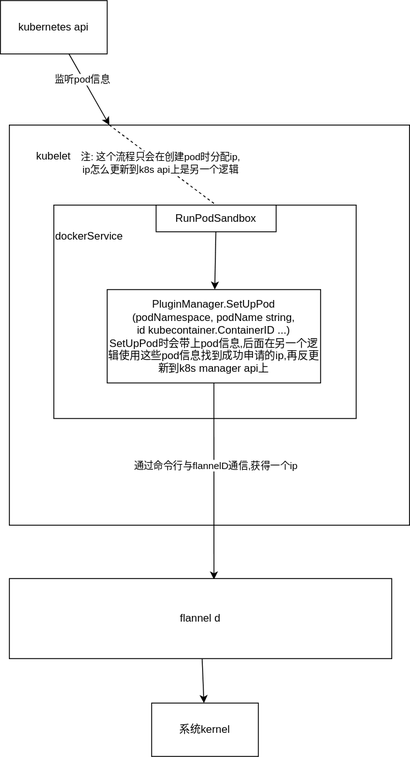
Earlier version of the draw.io export Kubernetes/pod_ip.apply.drawio.svg (FanHa/fanha.github.io). Source tidied: cells renumbered, new cells last; positions are measured from the earlier drawing's top-left corner, leaving out a move shared by most shapes. Its diagram source:
```xml
<mxGraphModel>
  <root>
    <mxCell id="0" />
    <mxCell id="1" parent="0" />
    <mxCell id="2" style="rounded=0;whiteSpace=wrap;html=1;" parent="1" vertex="1">
      <mxGeometry x="10" y="140" width="450" height="450" as="geometry" />
    </mxCell>
    <mxCell id="3" style="edgeStyle=none;html=1;entryX=0.25;entryY=0;entryDx=0;entryDy=0;" parent="1" edge="1" source="5" target="2">
      <mxGeometry relative="1" as="geometry" />
    </mxCell>
    <mxCell id="4" value="监听pod信息" style="edgeLabel;html=1;align=center;verticalAlign=middle;" parent="3" vertex="1">
      <mxGeometry x="-0.3" y="-2" relative="1" as="geometry" />
    </mxCell>
    <mxCell id="5" value="kubernetes api" style="rounded=0;whiteSpace=wrap;html=1;" parent="1" vertex="1">
      <mxGeometry width="120" height="60" as="geometry" />
    </mxCell>
    <mxCell id="6" value="kubelet" style="text;html=1;strokeColor=none;fillColor=none;align=center;verticalAlign=middle;whiteSpace=wrap;rounded=0;" parent="1" vertex="1">
      <mxGeometry x="30" y="160" width="60" height="30" as="geometry" />
    </mxCell>
    <mxCell id="7" style="rounded=0;whiteSpace=wrap;html=1;" parent="1" vertex="1">
      <mxGeometry x="60" y="230" width="340" height="240" as="geometry" />
    </mxCell>
    <mxCell id="8" value="dockerService" style="text;html=1;strokeColor=none;fillColor=none;align=center;verticalAlign=middle;whiteSpace=wrap;rounded=0;" parent="1" vertex="1">
      <mxGeometry x="70" y="250" width="60" height="30" as="geometry" />
    </mxCell>
    <mxCell id="9" style="edgeStyle=none;html=1;" parent="1" edge="1" source="11" target="7">
      <mxGeometry relative="1" as="geometry" />
    </mxCell>
    <mxCell id="10" style="edgeStyle=none;html=1;" parent="1" edge="1" source="11" target="14">
      <mxGeometry relative="1" as="geometry" />
    </mxCell>
    <mxCell id="11" value="RunPodSandbox" style="rounded=0;whiteSpace=wrap;html=1;" parent="1" vertex="1">
      <mxGeometry x="175" y="230" width="135" height="30" as="geometry" />
    </mxCell>
    <mxCell id="12" style="edgeStyle=none;html=1;entryX=0.535;entryY=0.011;entryDx=0;entryDy=0;entryPerimeter=0;" parent="1" edge="1" source="14" target="16">
      <mxGeometry relative="1" as="geometry" />
    </mxCell>
    <mxCell id="13" value="通过命令行与flannelD通信,获得一个ip" style="edgeLabel;html=1;align=center;verticalAlign=middle;" parent="12" vertex="1">
      <mxGeometry x="-0.16" y="1" relative="1" as="geometry" />
    </mxCell>
    <mxCell id="14" value="PluginManager.SetUpPod&lt;br&gt;(podNamespace, podName string,&lt;br&gt;id kubecontainer.ContainerID ...)&lt;br&gt;SetUpPod时会带上pod信息,后面在另一个逻辑使用这些pod信息找到成功申请的ip,再反更新到k8s manager api上" style="whiteSpace=wrap;html=1;rounded=0;" parent="1" vertex="1">
      <mxGeometry x="120" y="325" width="240" height="105" as="geometry" />
    </mxCell>
    <mxCell id="15" style="edgeStyle=none;html=1;" parent="1" edge="1" source="16" target="19">
      <mxGeometry relative="1" as="geometry" />
    </mxCell>
    <mxCell id="16" value="flannel d" style="rounded=0;whiteSpace=wrap;html=1;" parent="1" vertex="1">
      <mxGeometry x="10" y="650" width="430" height="90" as="geometry" />
    </mxCell>
    <mxCell id="17" style="endArrow=none;dashed=1;html=1;exitX=0.25;exitY=0;exitDx=0;exitDy=0;entryX=0.5;entryY=0;entryDx=0;entryDy=0;" parent="1" edge="1" source="2" target="11">
      <mxGeometry relative="1" as="geometry" />
    </mxCell>
    <mxCell id="18" value="注: 这个流程只会在创建pod时分配ip,&lt;br&gt;ip怎么更新到k8s api上是另一个逻辑" style="edgeLabel;html=1;align=center;verticalAlign=middle;" parent="17" vertex="1">
      <mxGeometry x="-0.06" relative="1" as="geometry">
        <mxPoint x="1" as="offset" />
      </mxGeometry>
    </mxCell>
    <mxCell id="19" value="系统kernel" style="whiteSpace=wrap;html=1;rounded=0;" parent="1" vertex="1">
      <mxGeometry x="170" y="790" width="120" height="60" as="geometry" />
    </mxCell>
  </root>
</mxGraphModel>
```
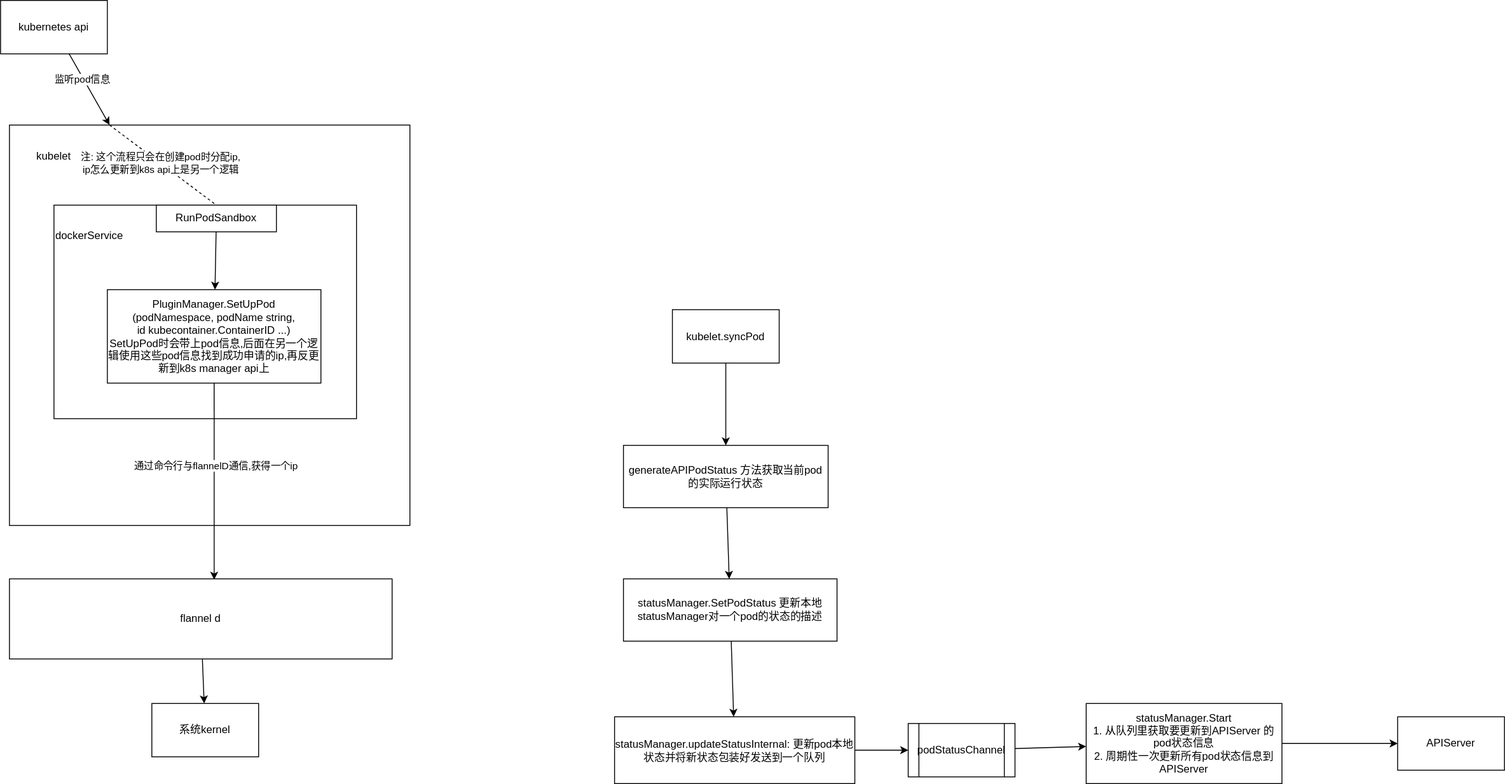
Later version of the same file.

Diff of the diagram source:
```diff
@@ -58,5 +58,44 @@
     <mxCell id="19" value="系统kernel" style="whiteSpace=wrap;html=1;rounded=0;" parent="1" vertex="1">
       <mxGeometry x="170" y="790" width="120" height="60" as="geometry" />
     </mxCell>
+    <mxCell id="20" style="edgeStyle=none;html=1;" parent="1" edge="1" source="21" target="23">
+      <mxGeometry relative="1" as="geometry" />
+    </mxCell>
+    <mxCell id="21" value="kubelet.syncPod" style="rounded=0;whiteSpace=wrap;html=1;" parent="1" vertex="1">
+      <mxGeometry x="755" y="347.5" width="120" height="60" as="geometry" />
+    </mxCell>
+    <mxCell id="22" style="edgeStyle=none;html=1;" parent="1" edge="1" source="23" target="25">
+      <mxGeometry relative="1" as="geometry" />
+    </mxCell>
+    <mxCell id="23" value="generateAPIPodStatus 方法获取当前pod的实际运行状态&amp;nbsp;" style="whiteSpace=wrap;html=1;rounded=0;" parent="1" vertex="1">
+      <mxGeometry x="700" y="500" width="230" height="70" as="geometry" />
+    </mxCell>
+    <mxCell id="24" style="edgeStyle=none;html=1;" parent="1" edge="1" source="25" target="27">
+      <mxGeometry relative="1" as="geometry" />
+    </mxCell>
+    <mxCell id="25" value="statusManager.SetPodStatus 更新本地statusManager对一个pod的状态的描述" style="whiteSpace=wrap;html=1;rounded=0;" parent="1" vertex="1">
+      <mxGeometry x="700" y="650" width="240" height="70" as="geometry" />
+    </mxCell>
+    <mxCell id="26" style="edgeStyle=none;html=1;entryX=0;entryY=0.5;entryDx=0;entryDy=0;" parent="1" edge="1" source="27" target="29">
+      <mxGeometry relative="1" as="geometry" />
+    </mxCell>
+    <mxCell id="27" value="statusManager.updateStatusInternal: 更新pod本地状态并将新状态包装好发送到一个队列" style="whiteSpace=wrap;html=1;rounded=0;" parent="1" vertex="1">
+      <mxGeometry x="690" y="805" width="270" height="75" as="geometry" />
+    </mxCell>
+    <mxCell id="28" style="edgeStyle=none;html=1;" parent="1" edge="1" source="29" target="31">
+      <mxGeometry relative="1" as="geometry" />
+    </mxCell>
+    <mxCell id="29" value="podStatusChannel" style="shape=process;whiteSpace=wrap;html=1;backgroundOutline=1;" parent="1" vertex="1">
+      <mxGeometry x="1020" y="812.5" width="120" height="60" as="geometry" />
+    </mxCell>
+    <mxCell id="30" style="edgeStyle=none;html=1;" parent="1" edge="1" source="31" target="32">
+      <mxGeometry relative="1" as="geometry" />
+    </mxCell>
+    <mxCell id="31" value="statusManager.Start&lt;br&gt;1. 从队列里获取要更新到APIServer 的pod状态信息&lt;br&gt;2. 周期性一次更新所有pod状态信息到APIServer" style="whiteSpace=wrap;html=1;" parent="1" vertex="1">
+      <mxGeometry x="1220" y="790" width="220" height="90" as="geometry" />
+    </mxCell>
+    <mxCell id="32" value="APIServer" style="whiteSpace=wrap;html=1;" parent="1" vertex="1">
+      <mxGeometry x="1570" y="805" width="120" height="60" as="geometry" />
+    </mxCell>
   </root>
 </mxGraphModel>
```
